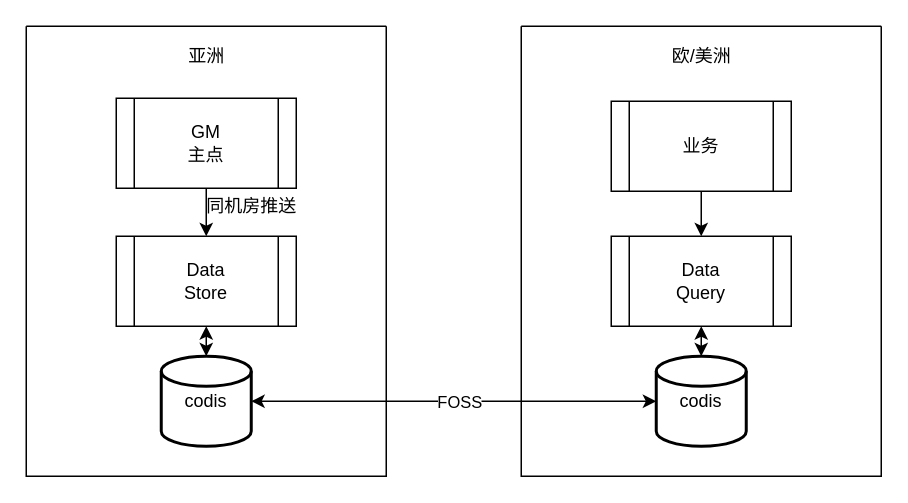
Earlier version of the draw.io diagram AudienceCacheArchi.drawio (lawlient/DrawIO). Source tidied: cells renumbered, new cells numbered last; positions are measured from the earlier drawing's top-left corner, leaving out a move shared by most shapes. Both pictures are drawn from the tidied source at 150%, with x=0, y=0 at pixel (26, 26).
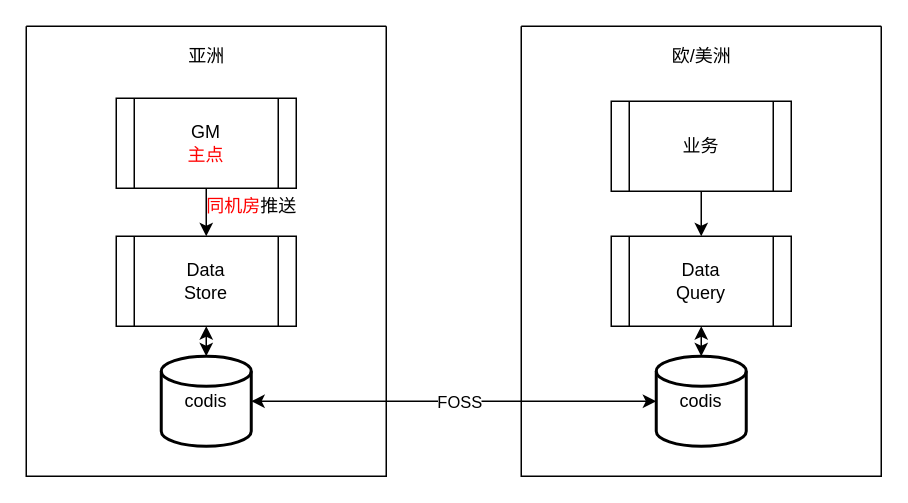
Above is the later version.

The edit, as a diff of the source:
```diff
@@
 <mxGraphModel>
   <root>
     <mxCell id="0" />
     <mxCell id="1" parent="0" />
     <mxCell id="2" style="edgeStyle=orthogonalEdgeStyle;jettySize=auto;html=1;exitX=1;exitY=0.5;exitDx=0;exitDy=0;exitPerimeter=0;rounded=0;startArrow=classic;startFill=1;entryX=0;entryY=0.5;entryDx=0;entryDy=0;entryPerimeter=0;" parent="1" edge="1" source="5" target="17">
       <mxGeometry relative="1" as="geometry" />
     </mxCell>
     <mxCell id="3" value="FOSS" style="edgeLabel;html=1;align=center;verticalAlign=middle;" parent="2" vertex="1">
       <mxGeometry x="-0.12" y="-4" relative="1" as="geometry">
         <mxPoint x="19" y="-4" as="offset" />
       </mxGeometry>
     </mxCell>
     <mxCell id="4" style="swimlane;startSize=0;" parent="1" vertex="1">
       <mxGeometry width="240" height="300" as="geometry" />
     </mxCell>
     <mxCell id="5" value="codis" style="strokeWidth=2;html=1;shape=mxgraph.flowchart.database;whiteSpace=wrap;" parent="4" vertex="1">
       <mxGeometry x="90" y="220" width="60" height="60" as="geometry" />
     </mxCell>
     <mxCell id="6" style="edgeStyle=orthogonalEdgeStyle;rounded=0;jettySize=auto;html=1;exitX=0.5;exitY=1;exitDx=0;exitDy=0;entryX=0.5;entryY=0;entryDx=0;entryDy=0;entryPerimeter=0;startArrow=classic;startFill=1;" parent="4" edge="1" source="7" target="5">
       <mxGeometry relative="1" as="geometry" />
     </mxCell>
     <mxCell id="7" value="Data&lt;br&gt;Store" style="shape=process;whiteSpace=wrap;html=1;backgroundOutline=1;" parent="4" vertex="1">
       <mxGeometry x="60" y="140" width="120" height="60" as="geometry" />
     </mxCell>
     <mxCell id="8" style="edgeStyle=orthogonalEdgeStyle;rounded=0;jettySize=auto;html=1;exitX=0.5;exitY=1;exitDx=0;exitDy=0;entryX=0.5;entryY=0;entryDx=0;entryDy=0;startArrow=none;startFill=0;" parent="4" edge="1" source="9" target="7">
       <mxGeometry relative="1" as="geometry" />
     </mxCell>
-    <mxCell id="9" value="GM&lt;br&gt;主点" style="shape=process;whiteSpace=wrap;html=1;backgroundOutline=1;" parent="4" vertex="1">
+    <mxCell id="9" value="GM&lt;br&gt;&lt;font color=&quot;#ff0000&quot;&gt;主点&lt;/font&gt;" style="shape=process;whiteSpace=wrap;html=1;backgroundOutline=1;" parent="4" vertex="1">
       <mxGeometry x="60" y="48" width="120" height="60" as="geometry" />
     </mxCell>
-    <mxCell id="10" value="同机房推送" style="text;html=1;align=center;verticalAlign=middle;strokeColor=none;fillColor=none;" parent="4" vertex="1">
+    <mxCell id="10" value="&lt;font color=&quot;#ff0000&quot;&gt;同机房&lt;/font&gt;推送" style="text;html=1;align=center;verticalAlign=middle;strokeColor=none;fillColor=none;" parent="4" vertex="1">
       <mxGeometry x="110" y="110" width="80" height="20" as="geometry" />
     </mxCell>
     <mxCell id="11" value="亚洲" style="text;html=1;align=center;verticalAlign=middle;strokeColor=none;fillColor=none;" parent="1" vertex="1">
       <mxGeometry x="100" y="10" width="40" height="20" as="geometry" />
     </mxCell>
     <mxCell id="12" style="swimlane;startSize=0;" parent="1" vertex="1">
       <mxGeometry x="330" width="240" height="300" as="geometry" />
     </mxCell>
     <mxCell id="13" style="edgeStyle=orthogonalEdgeStyle;rounded=0;jettySize=auto;html=1;exitX=0.5;exitY=1;exitDx=0;exitDy=0;entryX=0.5;entryY=0;entryDx=0;entryDy=0;startArrow=none;startFill=0;" parent="12" edge="1" source="14" target="16">
       <mxGeometry relative="1" as="geometry" />
     </mxCell>
     <mxCell id="14" value="业务" style="shape=process;whiteSpace=wrap;html=1;backgroundOutline=1;" parent="12" vertex="1">
       <mxGeometry x="60" y="50" width="120" height="60" as="geometry" />
     </mxCell>
     <mxCell id="15" style="edgeStyle=orthogonalEdgeStyle;rounded=0;jettySize=auto;html=1;exitX=0.5;exitY=1;exitDx=0;exitDy=0;entryX=0.5;entryY=0;entryDx=0;entryDy=0;entryPerimeter=0;startArrow=classic;startFill=1;" parent="12" edge="1" source="16" target="17">
       <mxGeometry relative="1" as="geometry" />
     </mxCell>
     <mxCell id="16" value="Data&lt;br&gt;Query" style="shape=process;whiteSpace=wrap;html=1;backgroundOutline=1;" parent="12" vertex="1">
       <mxGeometry x="60" y="140" width="120" height="60" as="geometry" />
     </mxCell>
     <mxCell id="17" value="codis" style="strokeWidth=2;html=1;shape=mxgraph.flowchart.database;whiteSpace=wrap;" parent="12" vertex="1">
       <mxGeometry x="90" y="220" width="60" height="60" as="geometry" />
     </mxCell>
     <mxCell id="18" value="欧/美洲" style="text;html=1;align=center;verticalAlign=middle;strokeColor=none;fillColor=none;" parent="1" vertex="1">
       <mxGeometry x="425" y="10" width="50" height="20" as="geometry" />
     </mxCell>
   </root>
 </mxGraphModel>
```
